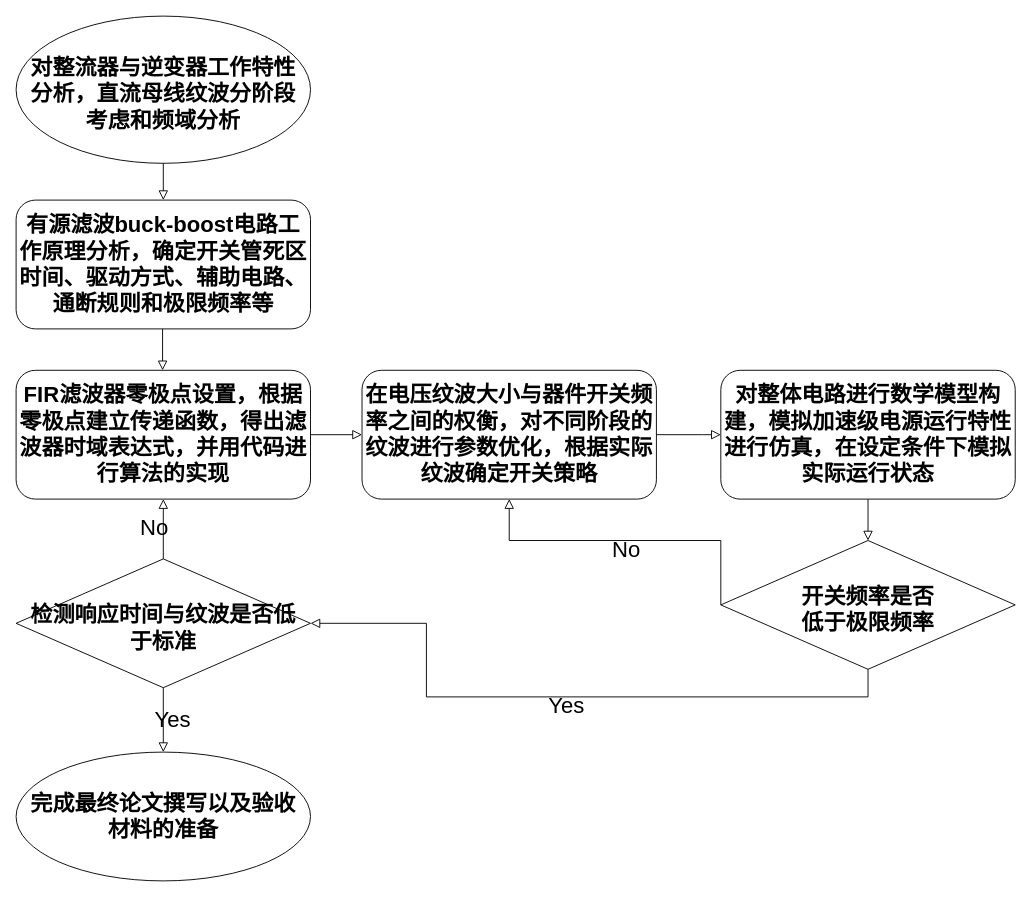
Earlier version of the draw.io diagram 开题答辩-实施方案.drawio (duzhenchang/diagrams). Source tidied: cells renumbered, new cells numbered last; positions are measured from the earlier drawing's top-left corner, leaving out a move shared by most shapes. Both pictures are drawn from the tidied source at 92%, with x=0, y=0 at pixel (16, 16).
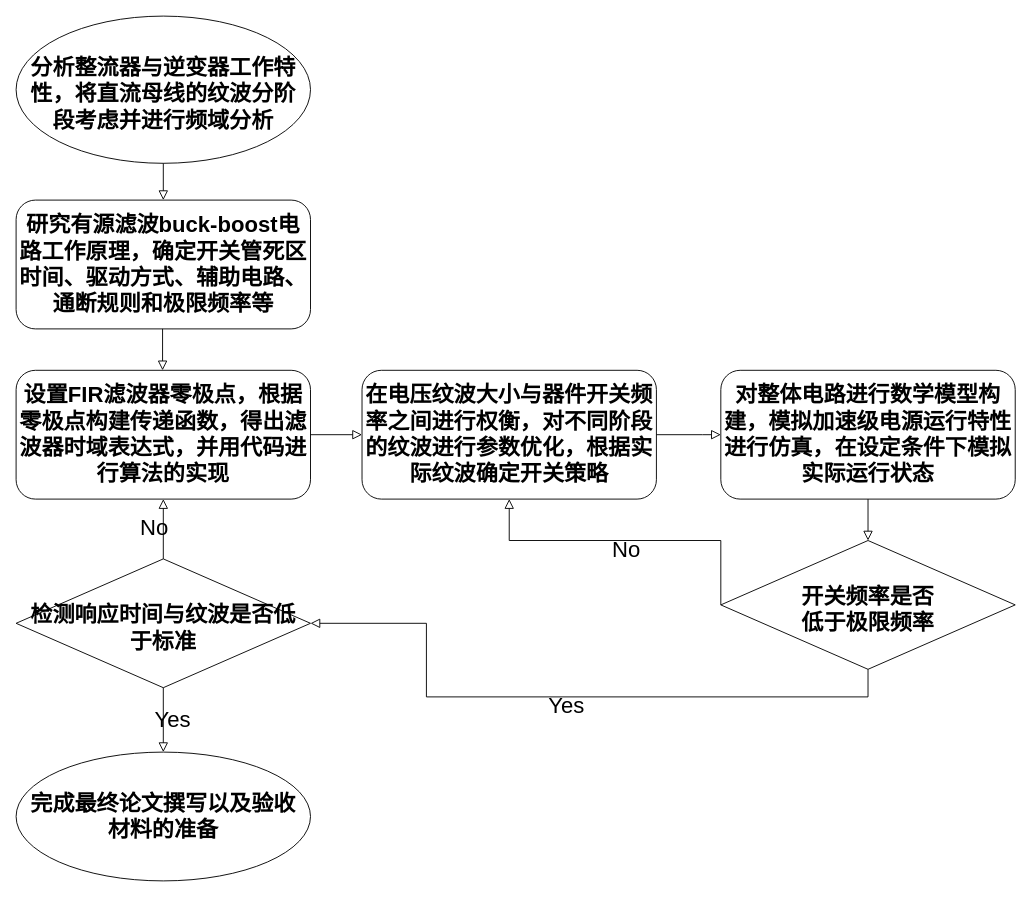
Above is the later version.

Commit message:
更新开题答辩-实施方案.drawio

What changed in the source:
```diff
@@
-    <mxCell id="2" value="&lt;font style=&quot;font-size: 24px;&quot;&gt;&lt;b&gt;有源滤波buck-boost电路工作原理分析，确定开关管死区时间、驱动方式、辅助电路、通断规则和极限频率等&lt;/b&gt;&lt;/font&gt;" style="rounded=1;whiteSpace=wrap;html=1;fontSize=12;glass=0;strokeWidth=1;shadow=0;" parent="1" vertex="1">
+    <mxCell id="2" value="&lt;font style=&quot;font-size: 24px;&quot;&gt;&lt;b&gt;研究有源滤波buck-boost电路工作原理，确定开关管死区时间、驱动方式、辅助电路、通断规则和极限频率等&lt;/b&gt;&lt;/font&gt;" style="rounded=1;whiteSpace=wrap;html=1;fontSize=12;glass=0;strokeWidth=1;shadow=0;" parent="1" vertex="1">
       <mxGeometry y="200" width="320" height="140" as="geometry" />
     </mxCell>
-    <mxCell id="3" value="&lt;font style=&quot;font-size: 24px;&quot;&gt;&lt;b&gt;FIR滤波器零极点设置，根据零极点建立传递函数，得出滤波器时域表达式，并用代码进行算法的实现&lt;/b&gt;&lt;/font&gt;" style="rounded=1;whiteSpace=wrap;html=1;fontSize=12;glass=0;strokeWidth=1;shadow=0;" parent="1" vertex="1">
+    <mxCell id="3" value="&lt;font style=&quot;font-size: 24px;&quot;&gt;&lt;b&gt;设置FIR滤波器零极点，根据零极点构建传递函数，得出滤波器时域表达式，并用代码进行算法的实现&lt;/b&gt;&lt;/font&gt;" style="rounded=1;whiteSpace=wrap;html=1;fontSize=12;glass=0;strokeWidth=1;shadow=0;" parent="1" vertex="1">
       <mxGeometry y="385" width="320" height="140" as="geometry" />
     </mxCell>
-    <mxCell id="4" value="&lt;font style=&quot;font-size: 24px;&quot;&gt;&lt;b&gt;在电压纹波大小与器件开关频率之间的权衡，对不同阶段的纹波进行参数优化，根据实际纹波确定开关策略&lt;/b&gt;&lt;/font&gt;" style="rounded=1;whiteSpace=wrap;html=1;fontSize=12;glass=0;strokeWidth=1;shadow=0;" parent="1" vertex="1">
+    <mxCell id="4" value="&lt;font style=&quot;font-size: 24px;&quot;&gt;&lt;b&gt;在电压纹波大小与器件开关频率之间进行权衡，对不同阶段的纹波进行参数优化，根据实际纹波确定开关策略&lt;/b&gt;&lt;/font&gt;" style="rounded=1;whiteSpace=wrap;html=1;fontSize=12;glass=0;strokeWidth=1;shadow=0;" parent="1" vertex="1">
       <mxGeometry x="376" y="385" width="320" height="140" as="geometry" />
     </mxCell>
@@
-    <mxCell id="6" value="&lt;font style=&quot;font-size: 24px;&quot;&gt;&lt;b&gt;对整流器与逆变器工作特性分析，直流母线纹波分阶段考虑和频域分析&lt;/b&gt;&lt;/font&gt;" style="ellipse;whiteSpace=wrap;html=1;spacingLeft=5;spacingRight=5;spacingTop=10;" parent="1" vertex="1">
+    <mxCell id="6" value="&lt;font style=&quot;font-size: 24px;&quot;&gt;&lt;b&gt;分析整流器与逆变器工作特性，将直流母线的纹波分阶段考虑并进行频域分析&lt;/b&gt;&lt;/font&gt;" style="ellipse;whiteSpace=wrap;html=1;spacingLeft=5;spacingRight=5;spacingTop=10;" parent="1" vertex="1">
       <mxGeometry width="320" height="160" as="geometry" />
     </mxCell>
```
